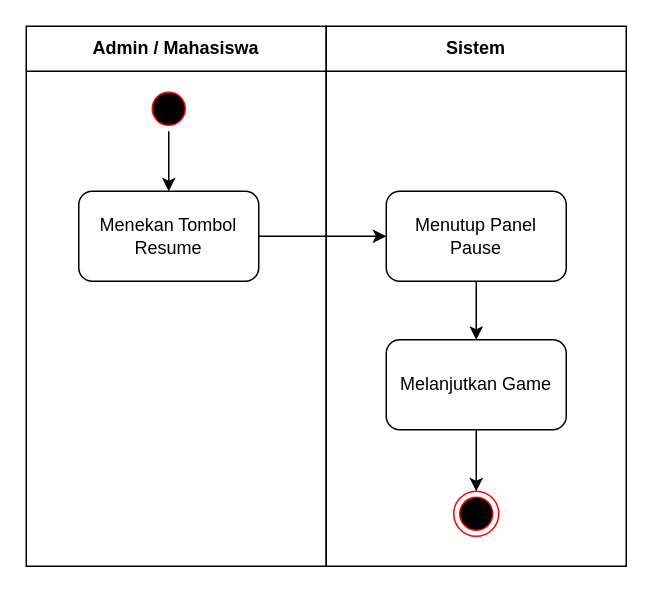
Above: skripsi/skripsi/gambar/BAB III/Activity Diagram/Activity Diagram Gameplay - Resume.drawio in hako-975/UNPAM-File (draw.io), before the change. Source tidied: cells renumbered, new cells numbered last; positions are measured from the earlier drawing's top-left corner, leaving out a move shared by most shapes. Both pictures are drawn from the tidied source at 150%, with x=0, y=0 at pixel (26, 26).
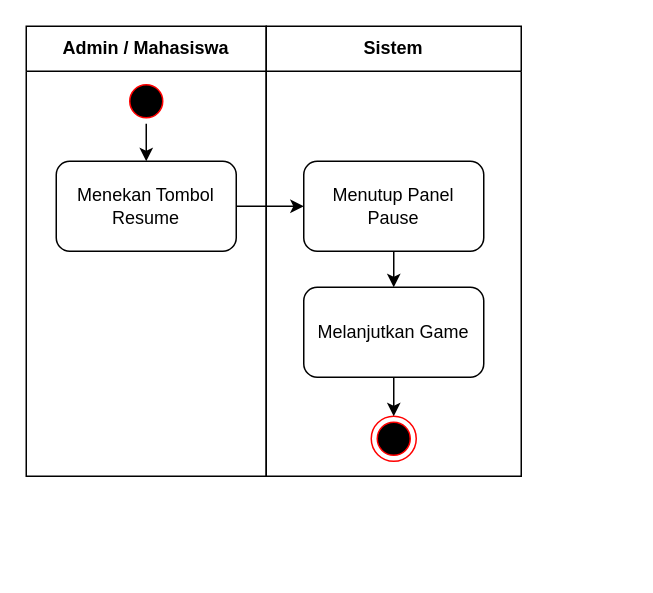
Above is the later version.

Change to the diagram source:
```diff
@@
 <mxGraphModel>
   <root>
     <mxCell id="0" />
     <mxCell id="1" parent="0" />
     <mxCell id="2" value="Admin / Mahasiswa" style="swimlane;whiteSpace=wrap;html=1;startSize=30;" parent="1" vertex="1">
-      <mxGeometry width="200" height="360" as="geometry" />
+      <mxGeometry width="160" height="300" as="geometry" />
     </mxCell>
     <mxCell id="3" style="edgeStyle=orthogonalEdgeStyle;rounded=0;jettySize=auto;html=1;entryX=0.5;entryY=0;entryDx=0;entryDy=0;" parent="2" edge="1" source="4" target="5">
       <mxGeometry relative="1" as="geometry" />
     </mxCell>
     <mxCell id="4" style="ellipse;html=1;shape=startState;fillColor=#000000;strokeColor=#ff0000;" parent="2" vertex="1">
-      <mxGeometry x="80" y="40" width="30" height="30" as="geometry" />
+      <mxGeometry x="65" y="35" width="30" height="30" as="geometry" />
     </mxCell>
     <mxCell id="5" value="Menekan Tombol Resume" style="rounded=1;whiteSpace=wrap;html=1;" parent="2" vertex="1">
-      <mxGeometry x="35" y="110" width="120" height="60" as="geometry" />
+      <mxGeometry x="20" y="90" width="120" height="60" as="geometry" />
     </mxCell>
     <mxCell id="6" value="Sistem" style="swimlane;whiteSpace=wrap;html=1;startSize=30;" parent="1" vertex="1">
-      <mxGeometry x="200" width="200" height="360" as="geometry" />
+      <mxGeometry x="160" width="170" height="300" as="geometry" />
     </mxCell>
-    <mxCell id="7" style="edgeStyle=orthogonalEdgeStyle;rounded=0;jettySize=auto;html=1;exitX=0.5;exitY=1;exitDx=0;exitDy=0;entryX=0.5;entryY=0;entryDx=0;entryDy=0;" parent="6" edge="1" source="8" target="11">
-      <mxGeometry relative="1" as="geometry" />
-    </mxCell>
     <mxCell id="8" value="Menutup Panel Pause" style="whiteSpace=wrap;html=1;rounded=1;" parent="6" vertex="1">
-      <mxGeometry x="40" y="110" width="120" height="60" as="geometry" />
+      <mxGeometry x="25" y="90" width="120" height="60" as="geometry" />
     </mxCell>
     <mxCell id="9" style="ellipse;html=1;shape=endState;fillColor=#000000;strokeColor=#ff0000;" parent="6" vertex="1">
-      <mxGeometry x="85" y="310" width="30" height="30" as="geometry" />
+      <mxGeometry x="70" y="260" width="30" height="30" as="geometry" />
     </mxCell>
+    <mxCell id="12" style="edgeStyle=orthogonalEdgeStyle;rounded=0;jettySize=auto;html=1;exitX=1;exitY=0.5;exitDx=0;exitDy=0;" parent="1" edge="1" source="5" target="8">
+      <mxGeometry relative="1" as="geometry" />
+    </mxCell>
+    <mxCell id="11" value="Melanjutkan&amp;nbsp;&lt;span style=&quot;background-color: initial;&quot;&gt;Game&lt;/span&gt;" style="whiteSpace=wrap;html=1;rounded=1;" parent="1" vertex="1">
+      <mxGeometry x="185" y="174" width="120" height="60" as="geometry" />
+    </mxCell>
+    <mxCell id="7" style="edgeStyle=orthogonalEdgeStyle;rounded=0;jettySize=auto;html=1;exitX=0.5;exitY=1;exitDx=0;exitDy=0;entryX=0.5;entryY=0;entryDx=0;entryDy=0;" parent="1" edge="1" source="8" target="11">
+      <mxGeometry relative="1" as="geometry" />
+    </mxCell>
-    <mxCell id="10" style="edgeStyle=orthogonalEdgeStyle;rounded=0;jettySize=auto;html=1;entryX=0.5;entryY=0;entryDx=0;entryDy=0;exitX=0.5;exitY=1;exitDx=0;exitDy=0;" parent="6" edge="1" source="11" target="9">
+    <mxCell id="10" style="edgeStyle=orthogonalEdgeStyle;rounded=0;jettySize=auto;html=1;entryX=0.5;entryY=0;entryDx=0;entryDy=0;exitX=0.5;exitY=1;exitDx=0;exitDy=0;" parent="1" edge="1" source="11" target="9">
       <mxGeometry relative="1" as="geometry" />
     </mxCell>
-    <mxCell id="11" value="Melanjutkan&amp;nbsp;&lt;span style=&quot;background-color: initial;&quot;&gt;Game&lt;/span&gt;" style="whiteSpace=wrap;html=1;rounded=1;" parent="6" vertex="1">
-      <mxGeometry x="40" y="209" width="120" height="60" as="geometry" />
-    </mxCell>
-    <mxCell id="12" style="edgeStyle=orthogonalEdgeStyle;rounded=0;jettySize=auto;html=1;exitX=1;exitY=0.5;exitDx=0;exitDy=0;" parent="1" edge="1" source="5" target="8">
-      <mxGeometry relative="1" as="geometry" />
-    </mxCell>
   </root>
 </mxGraphModel>
```
